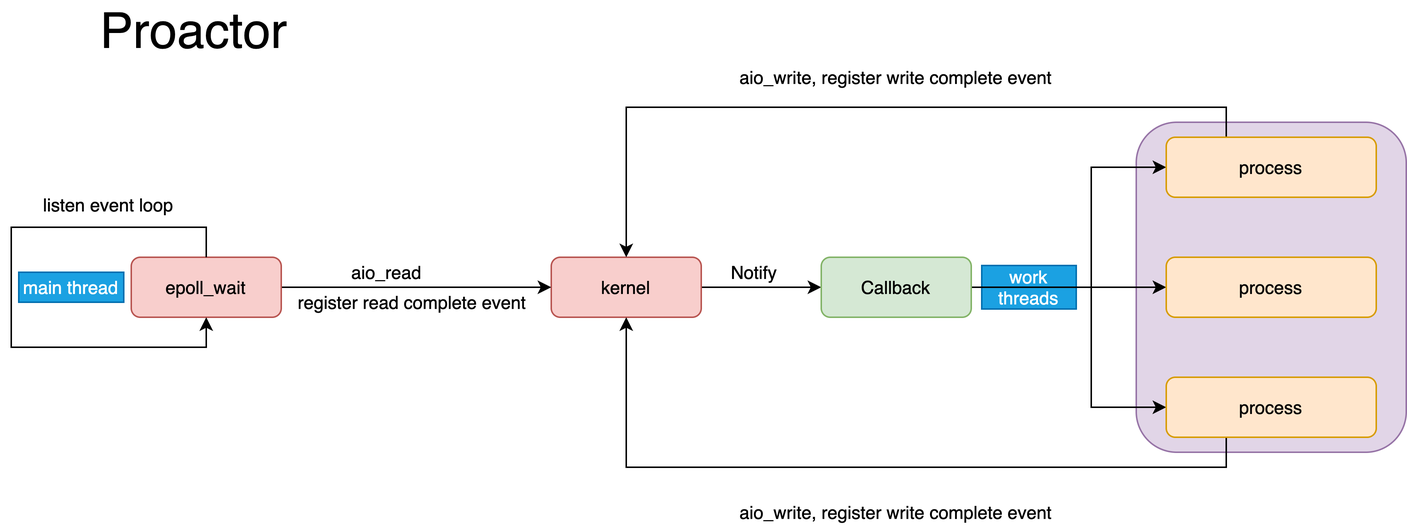
jemmy512/software-engineer keeps this draw.io diagram as OpenSource/Image/proactor.png. Above is the earlier version. Source tidied: cells renumbered, new cells last; positions are measured from the earlier drawing's top-left corner, leaving out a move shared by most shapes.
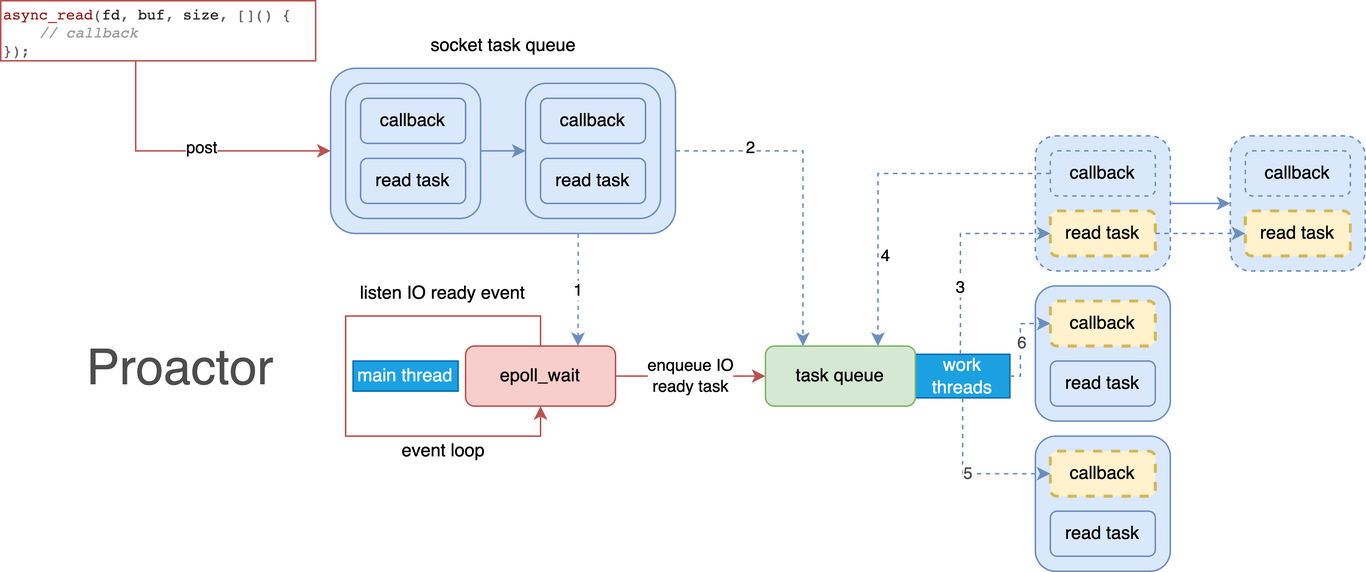
After the change.

The edit, as a diff of the source:
```diff
@@ -2,104 +2,181 @@
   <root>
     <mxCell id="0" />
     <mxCell id="1" parent="0" />
+    <mxCell id="26" style="edgeStyle=orthogonalEdgeStyle;rounded=0;jettySize=auto;html=1;dashed=1;fillColor=#dae8fc;strokeColor=#6c8ebf;entryX=0.25;entryY=0;entryDx=0;entryDy=0;" parent="1" edge="1" source="30" target="35">
+      <mxGeometry relative="1" as="geometry" />
+    </mxCell>
+    <mxCell id="27" value="2" style="edgeLabel;html=1;align=center;verticalAlign=middle;" parent="26" vertex="1">
+      <mxGeometry x="-0.44" y="2" relative="1" as="geometry">
+        <mxPoint x="-10" as="offset" />
+      </mxGeometry>
+    </mxCell>
+    <mxCell id="28" style="edgeStyle=orthogonalEdgeStyle;rounded=0;jettySize=auto;html=1;entryX=0.75;entryY=0;entryDx=0;entryDy=0;fillColor=#dae8fc;strokeColor=#6c8ebf;dashed=1;" parent="1" edge="1" source="30" target="20">
+      <mxGeometry relative="1" as="geometry">
+        <Array as="points">
+          <mxPoint x="255" y="440" />
+          <mxPoint x="255" y="440" />
+        </Array>
+      </mxGeometry>
+    </mxCell>
+    <mxCell id="29" value="1" style="edgeLabel;html=1;align=center;verticalAlign=middle;" parent="28" vertex="1">
+      <mxGeometry x="0.01" relative="1" as="geometry" />
+    </mxCell>
+    <mxCell id="30" style="rounded=1;whiteSpace=wrap;html=1;labelBackgroundColor=none;fillColor=#dae8fc;strokeColor=#6c8ebf;" parent="1" vertex="1">
+      <mxGeometry x="90" y="295" width="230" height="110" as="geometry" />
+    </mxCell>
+    <mxCell id="31" style="rounded=1;whiteSpace=wrap;html=1;labelBackgroundColor=none;fillColor=#dae8fc;strokeColor=#6c8ebf;" parent="1" vertex="1">
+      <mxGeometry x="220" y="305" width="90" height="90" as="geometry" />
+    </mxCell>
     <mxCell id="2" value="work threads" style="text;html=1;align=center;verticalAlign=middle;whiteSpace=wrap;rounded=0;fillColor=#1ba1e2;strokeColor=#006EAF;fontColor=#ffffff;" parent="1" vertex="1">
-      <mxGeometry x="647" y="175.5" width="63" height="29" as="geometry" />
+      <mxGeometry x="480" y="485.5" width="63" height="29" as="geometry" />
     </mxCell>
-    <mxCell id="3" style="rounded=1;whiteSpace=wrap;html=1;fillColor=#e1d5e7;strokeColor=#9673a6;" parent="1" vertex="1">
-      <mxGeometry x="750" y="80" width="180" height="220" as="geometry" />
-    </mxCell>
-    <mxCell id="4" style="edgeStyle=orthogonalEdgeStyle;rounded=0;jettySize=auto;html=1;entryX=0;entryY=0.5;entryDx=0;entryDy=0;" parent="1" edge="1" source="5" target="9">
-      <mxGeometry relative="1" as="geometry" />
-    </mxCell>
-    <mxCell id="5" value="kernel" style="rounded=1;whiteSpace=wrap;html=1;fillColor=#f8cecc;strokeColor=#b85450;" parent="1" vertex="1">
-      <mxGeometry x="360" y="170" width="100" height="40" as="geometry" />
-    </mxCell>
-    <mxCell id="6" style="edgeStyle=orthogonalEdgeStyle;rounded=0;jettySize=auto;html=1;entryX=0;entryY=0.5;entryDx=0;entryDy=0;" parent="1" edge="1" source="9" target="12">
-      <mxGeometry relative="1" as="geometry">
-        <Array as="points">
-          <mxPoint x="720" y="190" />
-          <mxPoint x="720" y="110" />
-        </Array>
-      </mxGeometry>
-    </mxCell>
-    <mxCell id="7" style="edgeStyle=orthogonalEdgeStyle;rounded=0;jettySize=auto;html=1;entryX=0;entryY=0.5;entryDx=0;entryDy=0;" parent="1" edge="1" source="9" target="10">
-      <mxGeometry relative="1" as="geometry" />
-    </mxCell>
-    <mxCell id="8" style="edgeStyle=orthogonalEdgeStyle;rounded=0;jettySize=auto;html=1;entryX=0;entryY=0.5;entryDx=0;entryDy=0;" parent="1" edge="1" source="9" target="14">
-      <mxGeometry relative="1" as="geometry">
-        <Array as="points">
-          <mxPoint x="720" y="190" />
-          <mxPoint x="720" y="270" />
-        </Array>
-      </mxGeometry>
-    </mxCell>
-    <mxCell id="9" value="Callback" style="rounded=1;whiteSpace=wrap;html=1;fillColor=#d5e8d4;strokeColor=#82b366;" parent="1" vertex="1">
-      <mxGeometry x="540" y="170" width="100" height="40" as="geometry" />
-    </mxCell>
-    <mxCell id="10" value="process" style="rounded=1;whiteSpace=wrap;html=1;fillColor=#ffe6cc;strokeColor=#d79b00;" parent="1" vertex="1">
-      <mxGeometry x="770" y="170" width="140" height="40" as="geometry" />
-    </mxCell>
-    <mxCell id="11" style="edgeStyle=orthogonalEdgeStyle;rounded=0;jettySize=auto;html=1;entryX=0.5;entryY=0;entryDx=0;entryDy=0;" parent="1" edge="1" source="12" target="5">
-      <mxGeometry relative="1" as="geometry">
-        <Array as="points">
-          <mxPoint x="810" y="70" />
-          <mxPoint x="410" y="70" />
-        </Array>
-      </mxGeometry>
-    </mxCell>
-    <mxCell id="12" value="process" style="rounded=1;whiteSpace=wrap;html=1;fillColor=#ffe6cc;strokeColor=#d79b00;" parent="1" vertex="1">
-      <mxGeometry x="770" y="90" width="140" height="40" as="geometry" />
-    </mxCell>
-    <mxCell id="13" style="edgeStyle=orthogonalEdgeStyle;rounded=0;jettySize=auto;html=1;entryX=0.5;entryY=1;entryDx=0;entryDy=0;" parent="1" edge="1" source="14" target="5">
-      <mxGeometry relative="1" as="geometry">
-        <Array as="points">
-          <mxPoint x="810" y="310" />
-          <mxPoint x="410" y="310" />
-        </Array>
-      </mxGeometry>
-    </mxCell>
-    <mxCell id="14" value="process" style="rounded=1;whiteSpace=wrap;html=1;fillColor=#ffe6cc;strokeColor=#d79b00;" parent="1" vertex="1">
-      <mxGeometry x="770" y="250" width="140" height="40" as="geometry" />
-    </mxCell>
-    <mxCell id="15" value="aio_write, register write complete event" style="text;html=1;strokeColor=none;fillColor=none;align=center;verticalAlign=middle;whiteSpace=wrap;rounded=0;" parent="1" vertex="1">
-      <mxGeometry x="460" y="40" width="260" height="20" as="geometry" />
-    </mxCell>
-    <mxCell id="16" value="aio_write, register write complete event" style="text;html=1;strokeColor=none;fillColor=none;align=center;verticalAlign=middle;whiteSpace=wrap;rounded=0;" parent="1" vertex="1">
-      <mxGeometry x="460" y="330" width="260" height="20" as="geometry" />
-    </mxCell>
-    <mxCell id="17" value="Notify" style="text;html=1;align=center;verticalAlign=middle;" parent="1" vertex="1">
-      <mxGeometry x="470" y="170" width="50" height="20" as="geometry" />
-    </mxCell>
-    <mxCell id="18" value="Proactor" style="text;html=1;align=center;verticalAlign=middle;whiteSpace=wrap;rounded=0;strokeWidth=3;fontSize=33;" parent="1" vertex="1">
-      <mxGeometry x="62" width="120" height="40" as="geometry" />
-    </mxCell>
-    <mxCell id="19" style="edgeStyle=orthogonalEdgeStyle;rounded=0;jettySize=auto;html=1;entryX=0;entryY=0.5;entryDx=0;entryDy=0;fontSize=33;" parent="1" edge="1" source="20" target="5">
-      <mxGeometry relative="1" as="geometry" />
-    </mxCell>
+    <mxCell id="32" style="edgeStyle=orthogonalEdgeStyle;rounded=0;jettySize=auto;html=1;entryX=0;entryY=0.5;entryDx=0;entryDy=0;fillColor=#f8cecc;strokeColor=#b85450;" parent="1" edge="1" source="20" target="35">
+      <mxGeometry relative="1" as="geometry" />
+    </mxCell>
+    <mxCell id="33" value="enqueue IO&lt;br&gt;ready task" style="edgeLabel;html=1;align=center;verticalAlign=middle;" parent="32" vertex="1">
+      <mxGeometry x="0.25" y="1" relative="1" as="geometry">
+        <mxPoint x="-13" y="1" as="offset" />
+      </mxGeometry>
+    </mxCell>
     <mxCell id="20" value="epoll_wait" style="rounded=1;whiteSpace=wrap;html=1;fillColor=#f8cecc;strokeColor=#b85450;" parent="1" vertex="1">
-      <mxGeometry x="80" y="170" width="100" height="40" as="geometry" />
+      <mxGeometry x="180" y="480" width="100" height="40" as="geometry" />
     </mxCell>
-    <mxCell id="21" style="edgeStyle=orthogonalEdgeStyle;rounded=0;orthogonalLoop=1;jettySize=auto;html=1;entryX=0.5;entryY=1;entryDx=0;entryDy=0;" parent="1" edge="1" source="20" target="20">
+    <mxCell id="21" style="edgeStyle=orthogonalEdgeStyle;rounded=0;orthogonalLoop=1;jettySize=auto;html=1;entryX=0.5;entryY=1;entryDx=0;entryDy=0;fillColor=#f8cecc;strokeColor=#b85450;" parent="1" edge="1" source="20" target="20">
       <mxGeometry relative="1" as="geometry">
         <Array as="points">
-          <mxPoint x="130" y="150" />
-          <mxPoint y="150" />
-          <mxPoint y="230" />
-          <mxPoint x="130" y="230" />
+          <mxPoint x="230" y="460" />
+          <mxPoint x="100" y="460" />
+          <mxPoint x="100" y="540" />
+          <mxPoint x="230" y="540" />
         </Array>
       </mxGeometry>
     </mxCell>
     <mxCell id="22" value="main thread" style="text;html=1;strokeColor=#006EAF;fillColor=#1ba1e2;align=center;verticalAlign=middle;whiteSpace=wrap;rounded=0;fontColor=#ffffff;" parent="1" vertex="1">
-      <mxGeometry x="5" y="180" width="70" height="20" as="geometry" />
+      <mxGeometry x="105" y="490" width="70" height="20" as="geometry" />
     </mxCell>
-    <mxCell id="23" value="listen event loop" style="text;html=1;strokeColor=none;fillColor=none;align=center;verticalAlign=middle;whiteSpace=wrap;rounded=0;" parent="1" vertex="1">
-      <mxGeometry x="5" y="120" width="120" height="30" as="geometry" />
-    </mxCell>
-    <mxCell id="24" value="aio_read" style="text;html=1;align=center;verticalAlign=middle;fontSize=12;" parent="1" vertex="1">
-      <mxGeometry x="220" y="170" width="60" height="20" as="geometry" />
-    </mxCell>
-    <mxCell id="25" value="register read complete event" style="text;html=1;align=center;verticalAlign=middle;fontSize=12;" parent="1" vertex="1">
-      <mxGeometry x="182" y="190" width="170" height="20" as="geometry" />
-    </mxCell>
+    <mxCell id="34" value="listen IO ready event" style="text;html=1;strokeColor=none;fillColor=none;align=center;verticalAlign=middle;whiteSpace=wrap;rounded=0;" parent="1" vertex="1">
+      <mxGeometry x="105" y="430" width="120" height="30" as="geometry" />
+    </mxCell>
+    <mxCell id="35" value="task queue" style="rounded=1;whiteSpace=wrap;html=1;fillColor=#d5e8d4;strokeColor=#82b366;" parent="1" vertex="1">
+      <mxGeometry x="380" y="480" width="100" height="40" as="geometry" />
+    </mxCell>
+    <mxCell id="18" value="Proactor" style="text;html=1;align=center;verticalAlign=middle;whiteSpace=wrap;rounded=0;strokeWidth=3;fontSize=33;fontColor=#4D4D4D;" parent="1" vertex="1">
+      <mxGeometry x="-70" y="474.5" width="120" height="40" as="geometry" />
+    </mxCell>
+    <mxCell id="36" value="event loop" style="text;html=1;align=center;verticalAlign=middle;strokeColor=none;fillColor=none;" parent="1" vertex="1">
+      <mxGeometry x="130" y="540" width="70" height="20" as="geometry" />
+    </mxCell>
+    <mxCell id="37" style="edgeStyle=orthogonalEdgeStyle;rounded=0;jettySize=auto;html=1;entryX=0;entryY=0.5;entryDx=0;entryDy=0;fillColor=#f8cecc;strokeColor=#b85450;" parent="1" edge="1" source="39" target="30">
+      <mxGeometry relative="1" as="geometry">
+        <Array as="points">
+          <mxPoint x="-40" y="350" />
+        </Array>
+      </mxGeometry>
+    </mxCell>
+    <mxCell id="38" value="post" style="edgeLabel;html=1;align=center;verticalAlign=middle;" parent="37" vertex="1">
+      <mxGeometry x="0.1" y="2" relative="1" as="geometry" />
+    </mxCell>
+    <mxCell id="39" value="&lt;p class=&quot;p1&quot; style=&quot;margin: 0px ; font-stretch: normal ; font-size: 10px ; line-height: normal ; font-family: &amp;#34;courier&amp;#34; ; color: rgb(38 , 38 , 38)&quot;&gt;&lt;span class=&quot;s1&quot; style=&quot;color: rgb(152 , 37 , 37)&quot;&gt;async_read&lt;/span&gt;&lt;span class=&quot;s2&quot; style=&quot;color: rgb(100 , 100 , 100)&quot;&gt;(&lt;/span&gt;fd&lt;span class=&quot;s2&quot; style=&quot;color: rgb(100 , 100 , 100)&quot;&gt;,&lt;/span&gt; buf&lt;span class=&quot;s2&quot; style=&quot;color: rgb(100 , 100 , 100)&quot;&gt;,&lt;/span&gt; size&lt;span class=&quot;s2&quot; style=&quot;color: rgb(100 , 100 , 100)&quot;&gt;,&lt;/span&gt; &lt;span class=&quot;s2&quot; style=&quot;color: rgb(100 , 100 , 100)&quot;&gt;[]()&lt;/span&gt; &lt;span class=&quot;s2&quot; style=&quot;color: rgb(100 , 100 , 100)&quot;&gt;{&lt;/span&gt;&lt;/p&gt;&lt;p class=&quot;p2&quot; style=&quot;margin: 0px ; font-stretch: normal ; font-size: 10px ; line-height: normal ; font-family: &amp;#34;courier&amp;#34; ; color: rgb(154 , 154 , 154)&quot;&gt;&lt;i&gt;&lt;span class=&quot;Apple-converted-space&quot;&gt;&amp;nbsp; &amp;nbsp; &lt;/span&gt;// callback&lt;/i&gt;&lt;/p&gt;&lt;p class=&quot;p3&quot; style=&quot;margin: 0px ; font-stretch: normal ; font-size: 10px ; line-height: normal ; font-family: &amp;#34;courier&amp;#34; ; color: rgb(100 , 100 , 100)&quot;&gt;});&lt;/p&gt;" style="text;html=1;align=left;verticalAlign=middle;points=[];strokeColor=#b85450;fillColor=none;" parent="1" vertex="1">
+      <mxGeometry x="-130" y="250" width="210" height="40" as="geometry" />
+    </mxCell>
+    <mxCell id="40" value="read task" style="rounded=1;whiteSpace=wrap;html=1;labelBackgroundColor=none;fillColor=#dae8fc;strokeColor=#6c8ebf;" parent="1" vertex="1">
+      <mxGeometry x="230" y="355" width="70" height="30" as="geometry" />
+    </mxCell>
+    <mxCell id="41" value="callback" style="rounded=1;whiteSpace=wrap;html=1;labelBackgroundColor=none;fillColor=#dae8fc;strokeColor=#6c8ebf;" parent="1" vertex="1">
+      <mxGeometry x="230" y="315" width="70" height="30" as="geometry" />
+    </mxCell>
+    <mxCell id="42" style="edgeStyle=orthogonalEdgeStyle;rounded=0;jettySize=auto;html=1;entryX=0;entryY=0.5;entryDx=0;entryDy=0;fillColor=#dae8fc;strokeColor=#6c8ebf;" parent="1" edge="1" source="43" target="31">
+      <mxGeometry relative="1" as="geometry" />
+    </mxCell>
+    <mxCell id="43" style="rounded=1;whiteSpace=wrap;html=1;labelBackgroundColor=none;fillColor=#dae8fc;strokeColor=#6c8ebf;" parent="1" vertex="1">
+      <mxGeometry x="100" y="305" width="90" height="90" as="geometry" />
+    </mxCell>
+    <mxCell id="44" value="read task" style="rounded=1;whiteSpace=wrap;html=1;labelBackgroundColor=none;fillColor=#dae8fc;strokeColor=#6c8ebf;" parent="1" vertex="1">
+      <mxGeometry x="110" y="355" width="70" height="30" as="geometry" />
+    </mxCell>
+    <mxCell id="45" value="callback" style="rounded=1;whiteSpace=wrap;html=1;labelBackgroundColor=none;fillColor=#dae8fc;strokeColor=#6c8ebf;" parent="1" vertex="1">
+      <mxGeometry x="110" y="315" width="70" height="30" as="geometry" />
+    </mxCell>
+    <mxCell id="46" style="edgeStyle=orthogonalEdgeStyle;rounded=0;jettySize=auto;html=1;entryX=0;entryY=0.5;entryDx=0;entryDy=0;fillColor=#dae8fc;strokeColor=#6c8ebf;" parent="1" edge="1" source="47" target="55">
+      <mxGeometry relative="1" as="geometry" />
+    </mxCell>
+    <mxCell id="47" style="rounded=1;whiteSpace=wrap;html=1;labelBackgroundColor=none;fillColor=#dae8fc;strokeColor=#6c8ebf;dashed=1;" parent="1" vertex="1">
+      <mxGeometry x="560" y="340" width="90" height="90" as="geometry" />
+    </mxCell>
+    <mxCell id="48" value="read task" style="rounded=1;whiteSpace=wrap;html=1;labelBackgroundColor=none;fillColor=#fff2cc;strokeColor=#d6b656;dashed=1;strokeWidth=2;" parent="1" vertex="1">
+      <mxGeometry x="570" y="390" width="70" height="30" as="geometry" />
+    </mxCell>
+    <mxCell id="49" style="edgeStyle=orthogonalEdgeStyle;rounded=0;jettySize=auto;html=1;entryX=0.75;entryY=0;entryDx=0;entryDy=0;dashed=1;fillColor=#dae8fc;strokeColor=#6c8ebf;" parent="1" edge="1" source="51" target="35">
+      <mxGeometry relative="1" as="geometry" />
+    </mxCell>
+    <mxCell id="50" value="4" style="edgeLabel;html=1;align=center;verticalAlign=middle;" parent="49" vertex="1">
+      <mxGeometry x="-0.04" y="3" relative="1" as="geometry">
+        <mxPoint y="52" as="offset" />
+      </mxGeometry>
+    </mxCell>
+    <mxCell id="51" value="callback" style="rounded=1;whiteSpace=wrap;html=1;labelBackgroundColor=none;fillColor=#dae8fc;strokeColor=#6c8ebf;dashed=1;" parent="1" vertex="1">
+      <mxGeometry x="570" y="350" width="70" height="30" as="geometry" />
+    </mxCell>
+    <mxCell id="52" style="rounded=1;whiteSpace=wrap;html=1;labelBackgroundColor=none;fillColor=#dae8fc;strokeColor=#6c8ebf;" parent="1" vertex="1">
+      <mxGeometry x="560" y="440" width="90" height="90" as="geometry" />
+    </mxCell>
+    <mxCell id="53" value="read task" style="rounded=1;whiteSpace=wrap;html=1;labelBackgroundColor=none;fillColor=#dae8fc;strokeColor=#6c8ebf;" parent="1" vertex="1">
+      <mxGeometry x="570" y="490" width="70" height="30" as="geometry" />
+    </mxCell>
+    <mxCell id="54" value="callback" style="rounded=1;whiteSpace=wrap;html=1;labelBackgroundColor=none;fillColor=#fff2cc;strokeColor=#d6b656;dashed=1;strokeWidth=2;" parent="1" vertex="1">
+      <mxGeometry x="570" y="450" width="70" height="30" as="geometry" />
+    </mxCell>
+    <mxCell id="55" style="rounded=1;whiteSpace=wrap;html=1;labelBackgroundColor=none;fillColor=#dae8fc;strokeColor=#6c8ebf;dashed=1;" parent="1" vertex="1">
+      <mxGeometry x="690" y="340" width="90" height="90" as="geometry" />
+    </mxCell>
+    <mxCell id="56" value="read task" style="rounded=1;whiteSpace=wrap;html=1;labelBackgroundColor=none;fillColor=#fff2cc;strokeColor=#d6b656;dashed=1;strokeWidth=2;" parent="1" vertex="1">
+      <mxGeometry x="700" y="390" width="70" height="30" as="geometry" />
+    </mxCell>
+    <mxCell id="57" value="callback" style="rounded=1;whiteSpace=wrap;html=1;labelBackgroundColor=none;fillColor=#dae8fc;strokeColor=#6c8ebf;dashed=1;" parent="1" vertex="1">
+      <mxGeometry x="700" y="350" width="70" height="30" as="geometry" />
+    </mxCell>
+    <mxCell id="58" style="edgeStyle=orthogonalEdgeStyle;rounded=0;jettySize=auto;html=1;entryX=0;entryY=0.5;entryDx=0;entryDy=0;dashed=1;fillColor=#dae8fc;strokeColor=#6c8ebf;" parent="1" edge="1" source="2" target="48">
+      <mxGeometry relative="1" as="geometry">
+        <Array as="points">
+          <mxPoint x="510" y="405" />
+        </Array>
+      </mxGeometry>
+    </mxCell>
+    <mxCell id="59" value="3" style="edgeLabel;html=1;align=center;verticalAlign=middle;" parent="58" vertex="1">
+      <mxGeometry x="-0.36" relative="1" as="geometry" />
+    </mxCell>
+    <mxCell id="60" style="rounded=1;whiteSpace=wrap;html=1;labelBackgroundColor=none;fillColor=#dae8fc;strokeColor=#6c8ebf;" parent="1" vertex="1">
+      <mxGeometry x="560" y="540" width="90" height="90" as="geometry" />
+    </mxCell>
+    <mxCell id="61" value="read task" style="rounded=1;whiteSpace=wrap;html=1;labelBackgroundColor=none;fillColor=#dae8fc;strokeColor=#6c8ebf;" parent="1" vertex="1">
+      <mxGeometry x="570" y="590" width="70" height="30" as="geometry" />
+    </mxCell>
+    <mxCell id="62" value="callback" style="rounded=1;whiteSpace=wrap;html=1;labelBackgroundColor=none;fillColor=#fff2cc;strokeColor=#d6b656;dashed=1;strokeWidth=2;" parent="1" vertex="1">
+      <mxGeometry x="570" y="550" width="70" height="30" as="geometry" />
+    </mxCell>
+    <mxCell id="63" value="socket task queue" style="text;html=1;align=center;verticalAlign=middle;strokeColor=none;fillColor=none;" parent="1" vertex="1">
+      <mxGeometry x="150" y="270" width="110" height="20" as="geometry" />
+    </mxCell>
+    <mxCell id="64" style="edgeStyle=orthogonalEdgeStyle;rounded=0;jettySize=auto;html=1;entryX=0;entryY=0.5;entryDx=0;entryDy=0;dashed=1;fontColor=#4D4D4D;fillColor=#dae8fc;strokeColor=#6c8ebf;" parent="1" edge="1" source="2" target="54">
+      <mxGeometry relative="1" as="geometry">
+        <Array as="points">
+          <mxPoint x="550" y="500" />
+          <mxPoint x="550" y="465" />
+        </Array>
+      </mxGeometry>
+    </mxCell>
+    <mxCell id="65" value="6" style="edgeLabel;html=1;align=center;verticalAlign=middle;fontColor=#4D4D4D;" parent="64" vertex="1">
+      <mxGeometry x="-0.05" y="-1" relative="1" as="geometry" />
+    </mxCell>
+    <mxCell id="66" style="edgeStyle=orthogonalEdgeStyle;rounded=0;jettySize=auto;html=1;entryX=0;entryY=0.5;entryDx=0;entryDy=0;dashed=1;fontColor=#4D4D4D;fillColor=#dae8fc;strokeColor=#6c8ebf;" parent="1" edge="1" source="48" target="56">
+      <mxGeometry relative="1" as="geometry" />
+    </mxCell>
+    <mxCell id="67" value="5" style="edgeStyle=orthogonalEdgeStyle;rounded=0;jettySize=auto;html=1;entryX=0;entryY=0.5;entryDx=0;entryDy=0;dashed=1;fontColor=#4D4D4D;fillColor=#dae8fc;strokeColor=#6c8ebf;" parent="1" edge="1" source="2" target="62">
+      <mxGeometry relative="1" as="geometry">
+        <Array as="points">
+          <mxPoint x="512" y="565" />
+        </Array>
+      </mxGeometry>
+    </mxCell>
   </root>
 </mxGraphModel>
```
